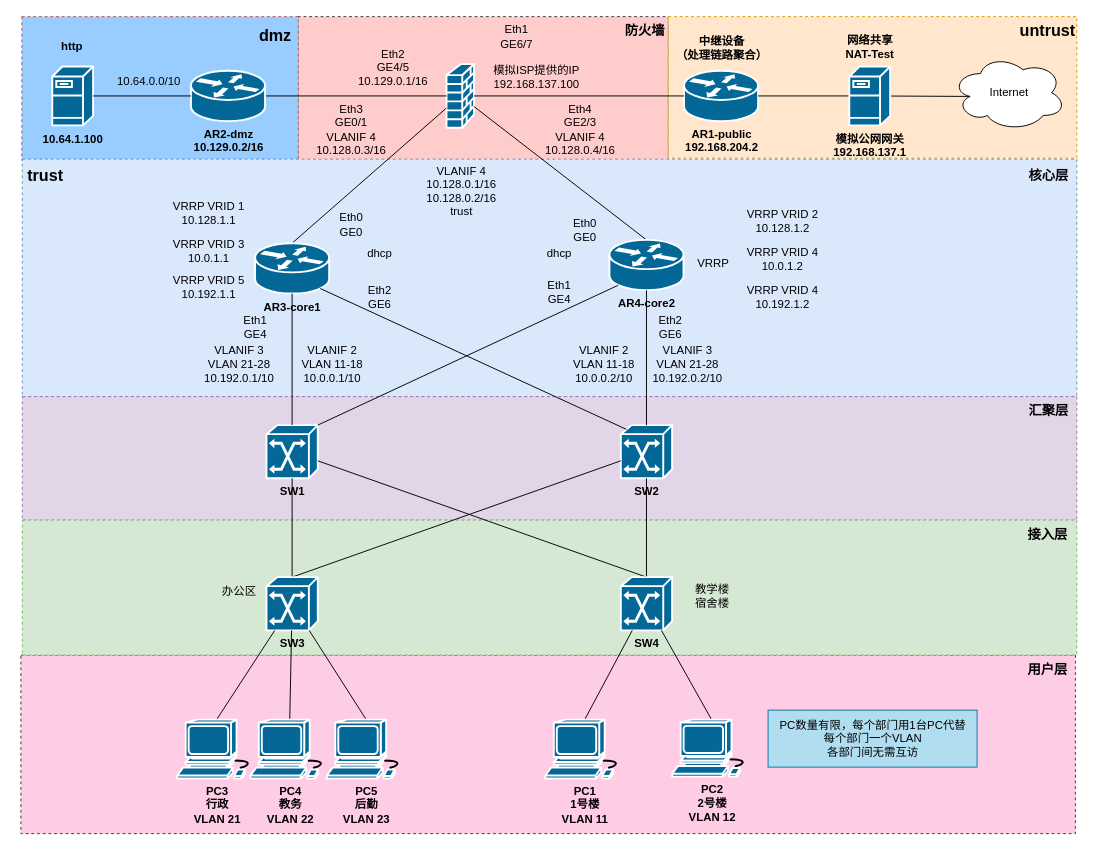
This is ne24.drawio from HPLZH/draw, a draw.io file, before an edit. Source tidied: cells renumbered, new cells numbered last; positions are measured from the earlier drawing's top-left corner, leaving out a move shared by most shapes. Both pictures are drawn from the tidied source at 95%, with x=0, y=0 at pixel (16, 16).
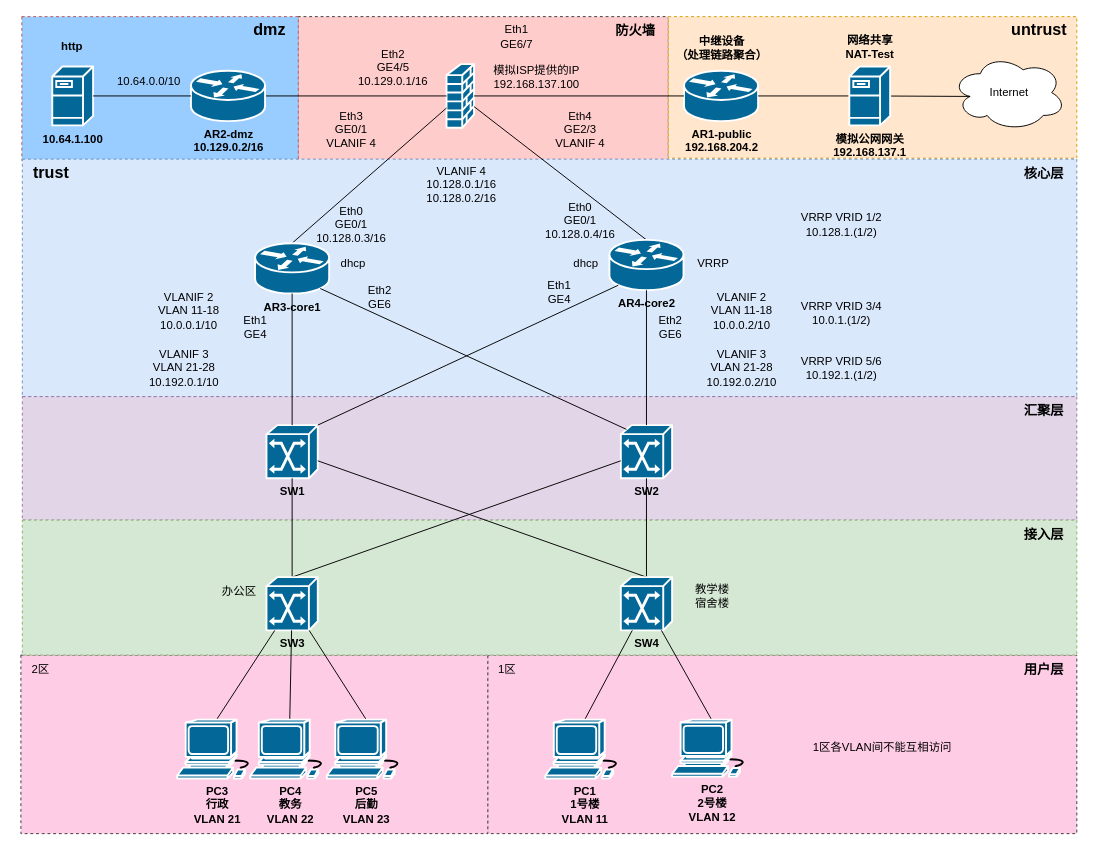
The same page after the edit.

The edit, as a diff of the source:
```diff
@@
+    <mxCell id="87" style="whiteSpace=wrap;html=1;fillColor=#FFCCE6;dashed=1;strokeColor=#36393d;" parent="1" vertex="1">
+      <mxGeometry x="495.8" y="672" width="620.2" height="188" as="geometry" />
+    </mxCell>
     <mxCell id="2" style="whiteSpace=wrap;html=1;fillColor=#FFCCE6;dashed=1;strokeColor=#36393d;" parent="1" vertex="1">
-      <mxGeometry x="4.5" y="672" width="1110" height="188" as="geometry" />
+      <mxGeometry x="4.5" y="672" width="491.5" height="188" as="geometry" />
     </mxCell>
@@
     <mxCell id="42" value="&lt;b&gt;&lt;font style=&quot;font-size: 17px;&quot;&gt;dmz&lt;/font&gt;&lt;/b&gt;" style="text;html=1;align=center;verticalAlign=middle;strokeColor=none;fillColor=none;" parent="1" vertex="1">
-      <mxGeometry x="241.5" y="5.5" width="60" height="30" as="geometry" />
+      <mxGeometry x="236" width="60" height="30" as="geometry" />
     </mxCell>
-    <mxCell id="43" value="trust" style="text;html=1;align=center;verticalAlign=middle;strokeColor=none;fillColor=none;" parent="1" vertex="1">
-      <mxGeometry x="443" y="190" width="50" height="30" as="geometry" />
-    </mxCell>
     <mxCell id="44" value="&lt;b&gt;&lt;font style=&quot;font-size: 17px;&quot;&gt;untrust&lt;/font&gt;&lt;/b&gt;" style="text;html=1;align=center;verticalAlign=middle;strokeColor=none;fillColor=none;" parent="1" vertex="1">
-      <mxGeometry x="1044.5" y="0.5" width="80" height="30" as="geometry" />
+      <mxGeometry x="1036" width="80" height="30" as="geometry" />
     </mxCell>
     <mxCell id="45" value="&lt;b&gt;&lt;font style=&quot;font-size: 14px;&quot;&gt;核心层&lt;/font&gt;&lt;/b&gt;" style="text;html=1;align=center;verticalAlign=middle;strokeColor=none;fillColor=none;" parent="1" vertex="1">
-      <mxGeometry x="1051" y="151.5" width="70" height="30" as="geometry" />
+      <mxGeometry x="1046" y="150" width="70" height="30" as="geometry" />
     </mxCell>
     <mxCell id="46" value="&lt;b&gt;&lt;font style=&quot;font-size: 14px;&quot;&gt;汇聚层&lt;/font&gt;&lt;/b&gt;" style="text;html=1;align=center;verticalAlign=middle;strokeColor=none;fillColor=none;" parent="1" vertex="1">
-      <mxGeometry x="1051" y="400" width="70" height="30" as="geometry" />
+      <mxGeometry x="1046" y="400" width="70" height="30" as="geometry" />
     </mxCell>
     <mxCell id="47" value="&lt;b&gt;&lt;font style=&quot;font-size: 14px;&quot;&gt;接入层&lt;/font&gt;&lt;/b&gt;" style="text;html=1;align=center;verticalAlign=middle;strokeColor=none;fillColor=none;" parent="1" vertex="1">
-      <mxGeometry x="1049.5" y="530" width="70" height="30" as="geometry" />
+      <mxGeometry x="1046" y="530" width="70" height="30" as="geometry" />
     </mxCell>
     <mxCell id="48" value="dhcp" style="text;html=1;align=center;verticalAlign=middle;strokeColor=none;fillColor=none;" parent="1" vertex="1">
-      <mxGeometry x="357" y="235" width="50" height="30" as="geometry" />
+      <mxGeometry x="329" y="245" width="50" height="30" as="geometry" />
     </mxCell>
@@
-    <mxCell id="50" value="PC数量有限，每个部门用1台PC代替&lt;div&gt;&lt;div&gt;每个部门一个VLAN&lt;/div&gt;&lt;/div&gt;&lt;div&gt;各部门间无需互访&lt;/div&gt;" style="text;html=1;align=center;verticalAlign=middle;fillColor=#b1ddf0;strokeColor=#10739e;" parent="1" vertex="1">
-      <mxGeometry x="791" y="730" width="220" height="60" as="geometry" />
-    </mxCell>
@@
     <mxCell id="57" value="dhcp" style="text;html=1;align=center;verticalAlign=middle;strokeColor=none;fillColor=none;" parent="1" vertex="1">
-      <mxGeometry x="546" y="235" width="50" height="30" as="geometry" />
+      <mxGeometry x="574" y="245" width="50" height="30" as="geometry" />
     </mxCell>
@@
-    <mxCell id="60" value="&lt;div&gt;Eth0&lt;/div&gt;GE0" style="text;html=1;align=center;verticalAlign=middle;strokeColor=none;fillColor=none;" parent="1" vertex="1">
-      <mxGeometry x="326.5" y="198.5" width="50" height="40" as="geometry" />
+    <mxCell id="60" value="&lt;div&gt;Eth0&lt;/div&gt;GE0/1&lt;div&gt;10.128.0.3/16&lt;/div&gt;" style="text;html=1;align=center;verticalAlign=middle;strokeColor=none;fillColor=none;" parent="1" vertex="1">
+      <mxGeometry x="301.5" y="188.5" width="100" height="60" as="geometry" />
     </mxCell>
-    <mxCell id="61" value="&lt;div&gt;Eth0&lt;/div&gt;GE0" style="text;html=1;align=center;verticalAlign=middle;strokeColor=none;fillColor=none;" parent="1" vertex="1">
-      <mxGeometry x="573" y="205" width="50" height="40" as="geometry" />
+    <mxCell id="61" value="&lt;div&gt;Eth0&lt;/div&gt;GE0/1&lt;div&gt;10.128.0.4/16&lt;/div&gt;" style="text;html=1;align=center;verticalAlign=middle;strokeColor=none;fillColor=none;" parent="1" vertex="1">
+      <mxGeometry x="543" y="185" width="100" height="60" as="geometry" />
     </mxCell>
@@
-    <mxCell id="66" value="&lt;div&gt;Eth3&lt;/div&gt;GE0/1&lt;div&gt;VLANIF 4&lt;div&gt;10.128.0.3/16&lt;/div&gt;&lt;/div&gt;" style="text;html=1;align=center;verticalAlign=middle;strokeColor=none;fillColor=none;" parent="1" vertex="1">
-      <mxGeometry x="301.5" y="83.5" width="100" height="70" as="geometry" />
+    <mxCell id="66" value="&lt;div&gt;Eth3&lt;/div&gt;GE0/1&lt;div&gt;VLANIF 4&lt;/div&gt;" style="text;html=1;align=center;verticalAlign=middle;strokeColor=none;fillColor=none;" parent="1" vertex="1">
+      <mxGeometry x="311.5" y="88.5" width="80" height="60" as="geometry" />
     </mxCell>
-    <mxCell id="67" value="&lt;div&gt;Eth4&lt;/div&gt;GE2/3&lt;div&gt;VLANIF 4&lt;div&gt;10.128.0.4/16&lt;/div&gt;&lt;/div&gt;" style="text;html=1;align=center;verticalAlign=middle;strokeColor=none;fillColor=none;" parent="1" vertex="1">
-      <mxGeometry x="543" y="83.5" width="100" height="70" as="geometry" />
+    <mxCell id="67" value="&lt;div&gt;Eth4&lt;/div&gt;GE2/3&lt;div&gt;VLANIF 4&lt;/div&gt;" style="text;html=1;align=center;verticalAlign=middle;strokeColor=none;fillColor=none;" parent="1" vertex="1">
+      <mxGeometry x="553" y="88.5" width="80" height="60" as="geometry" />
     </mxCell>
@@
-    <mxCell id="70" value="VRRP VRID 1&lt;div&gt;10.128.1.1&lt;/div&gt;" style="text;html=1;align=center;verticalAlign=middle;strokeColor=none;fillColor=none;" parent="1" vertex="1">
-      <mxGeometry x="152" y="186.5" width="100" height="40" as="geometry" />
+    <mxCell id="70" value="VRRP VRID 1/2&lt;div&gt;10.128.1.(1/2)&lt;/div&gt;" style="text;html=1;align=center;verticalAlign=middle;strokeColor=none;fillColor=none;" parent="1" vertex="1">
+      <mxGeometry x="813" y="198.5" width="110" height="40" as="geometry" />
     </mxCell>
-    <mxCell id="71" value="VRRP VRID 2&lt;div&gt;10.128.1.2&lt;/div&gt;" style="text;html=1;align=center;verticalAlign=middle;strokeColor=none;fillColor=none;" parent="1" vertex="1">
-      <mxGeometry x="756" y="195" width="100" height="40" as="geometry" />
-    </mxCell>
-    <mxCell id="72" value="VRRP VRID 3&lt;div&gt;10.0.1.1&lt;/div&gt;" style="text;html=1;align=center;verticalAlign=middle;strokeColor=none;fillColor=none;" parent="1" vertex="1">
-      <mxGeometry x="152" y="226.5" width="100" height="40" as="geometry" />
+    <mxCell id="72" value="VRRP VRID 3/4&lt;div&gt;10.0.1.(1/2)&lt;/div&gt;" style="text;html=1;align=center;verticalAlign=middle;strokeColor=none;fillColor=none;" parent="1" vertex="1">
+      <mxGeometry x="813" y="291.5" width="110" height="40" as="geometry" />
     </mxCell>
-    <mxCell id="73" value="VRRP VRID 4&lt;div&gt;10.0.1.2&lt;/div&gt;" style="text;html=1;align=center;verticalAlign=middle;strokeColor=none;fillColor=none;" parent="1" vertex="1">
-      <mxGeometry x="756" y="235" width="100" height="40" as="geometry" />
-    </mxCell>
     <mxCell id="74" value="VLANIF 2&lt;div&gt;VLAN 11-18&lt;/div&gt;&lt;div&gt;10.0.0.1/10&lt;/div&gt;" style="text;html=1;align=center;verticalAlign=middle;strokeColor=none;fillColor=none;" parent="1" vertex="1">
-      <mxGeometry x="286.5" y="336.2" width="90" height="60" as="geometry" />
+      <mxGeometry x="136" y="280" width="90" height="60" as="geometry" />
     </mxCell>
     <mxCell id="75" value="VLANIF 2&lt;div&gt;VLAN 11-18&lt;/div&gt;&lt;div&gt;10.0.0.2/10&lt;/div&gt;" style="text;html=1;align=center;verticalAlign=middle;strokeColor=none;fillColor=none;" parent="1" vertex="1">
-      <mxGeometry x="573" y="336.2" width="90" height="60" as="geometry" />
+      <mxGeometry x="718" y="280" width="90" height="60" as="geometry" />
     </mxCell>
-    <mxCell id="76" value="VRRP VRID 5&lt;div&gt;10.192.1.1&lt;/div&gt;" style="text;html=1;align=center;verticalAlign=middle;strokeColor=none;fillColor=none;" parent="1" vertex="1">
-      <mxGeometry x="152" y="265" width="100" height="40" as="geometry" />
+    <mxCell id="76" value="VRRP VRID 5/6&lt;div&gt;10.192.1.(1/2)&lt;/div&gt;" style="text;html=1;align=center;verticalAlign=middle;strokeColor=none;fillColor=none;" parent="1" vertex="1">
+      <mxGeometry x="813" y="350" width="110" height="40" as="geometry" />
     </mxCell>
     <mxCell id="77" value="VLANIF 3&lt;div&gt;VLAN 21-28&lt;/div&gt;&lt;div&gt;10.192.0.1/10&lt;/div&gt;" style="text;html=1;align=center;verticalAlign=middle;strokeColor=none;fillColor=none;" parent="1" vertex="1">
-      <mxGeometry x="183.5" y="336.2" width="100" height="60" as="geometry" />
+      <mxGeometry x="126" y="340" width="100" height="60" as="geometry" />
     </mxCell>
-    <mxCell id="78" value="VRRP VRID 4&lt;div&gt;10.192.1.2&lt;/div&gt;" style="text;html=1;align=center;verticalAlign=middle;strokeColor=none;fillColor=none;" parent="1" vertex="1">
-      <mxGeometry x="756" y="275" width="100" height="40" as="geometry" />
-    </mxCell>
     <mxCell id="79" value="VLANIF 3&lt;div&gt;VLAN 21-28&lt;/div&gt;&lt;div&gt;10.192.0.2/10&lt;/div&gt;" style="text;html=1;align=center;verticalAlign=middle;strokeColor=none;fillColor=none;" parent="1" vertex="1">
-      <mxGeometry x="656" y="336.2" width="100" height="60" as="geometry" />
+      <mxGeometry x="713" y="340" width="100" height="60" as="geometry" />
     </mxCell>
@@
     <mxCell id="84" value="&lt;b&gt;&lt;font style=&quot;font-size: 14px;&quot;&gt;防火墙&lt;/font&gt;&lt;/b&gt;" style="text;html=1;align=center;verticalAlign=middle;strokeColor=none;fillColor=none;" parent="1" vertex="1">
-      <mxGeometry x="626" width="70" height="30" as="geometry" />
+      <mxGeometry x="616" width="70" height="30" as="geometry" />
     </mxCell>
     <mxCell id="85" value="&lt;b&gt;&lt;font style=&quot;font-size: 14px;&quot;&gt;用户层&lt;/font&gt;&lt;/b&gt;" style="text;html=1;align=center;verticalAlign=middle;strokeColor=none;fillColor=none;" parent="1" vertex="1">
-      <mxGeometry x="1049.5" y="672" width="70" height="30" as="geometry" />
+      <mxGeometry x="1046" y="672" width="70" height="30" as="geometry" />
     </mxCell>
     <mxCell id="86" value="&lt;b&gt;&lt;font style=&quot;font-size: 17px;&quot;&gt;trust&lt;/font&gt;&lt;/b&gt;" style="text;html=1;align=center;verticalAlign=middle;strokeColor=none;fillColor=none;" parent="1" vertex="1">
-      <mxGeometry x="-0.5" y="153.5" width="60" height="30" as="geometry" />
+      <mxGeometry x="6" y="150" width="60" height="30" as="geometry" />
     </mxCell>
+    <mxCell id="88" value="2区" style="text;html=1;align=center;verticalAlign=middle;strokeColor=none;fillColor=none;fontFamily=Helvetica;fontSize=12;fontColor=default;" parent="1" vertex="1">
+      <mxGeometry x="4.5" y="672" width="40" height="30" as="geometry" />
+    </mxCell>
+    <mxCell id="89" value="1区" style="text;html=1;align=center;verticalAlign=middle;strokeColor=none;fillColor=none;" parent="1" vertex="1">
+      <mxGeometry x="496" y="672" width="40" height="30" as="geometry" />
+    </mxCell>
+    <mxCell id="90" value="1区各VLAN间不能互相访问" style="text;html=1;align=center;verticalAlign=middle;strokeColor=none;fillColor=none;" parent="1" vertex="1">
+      <mxGeometry x="826" y="755" width="170" height="30" as="geometry" />
+    </mxCell>
```
